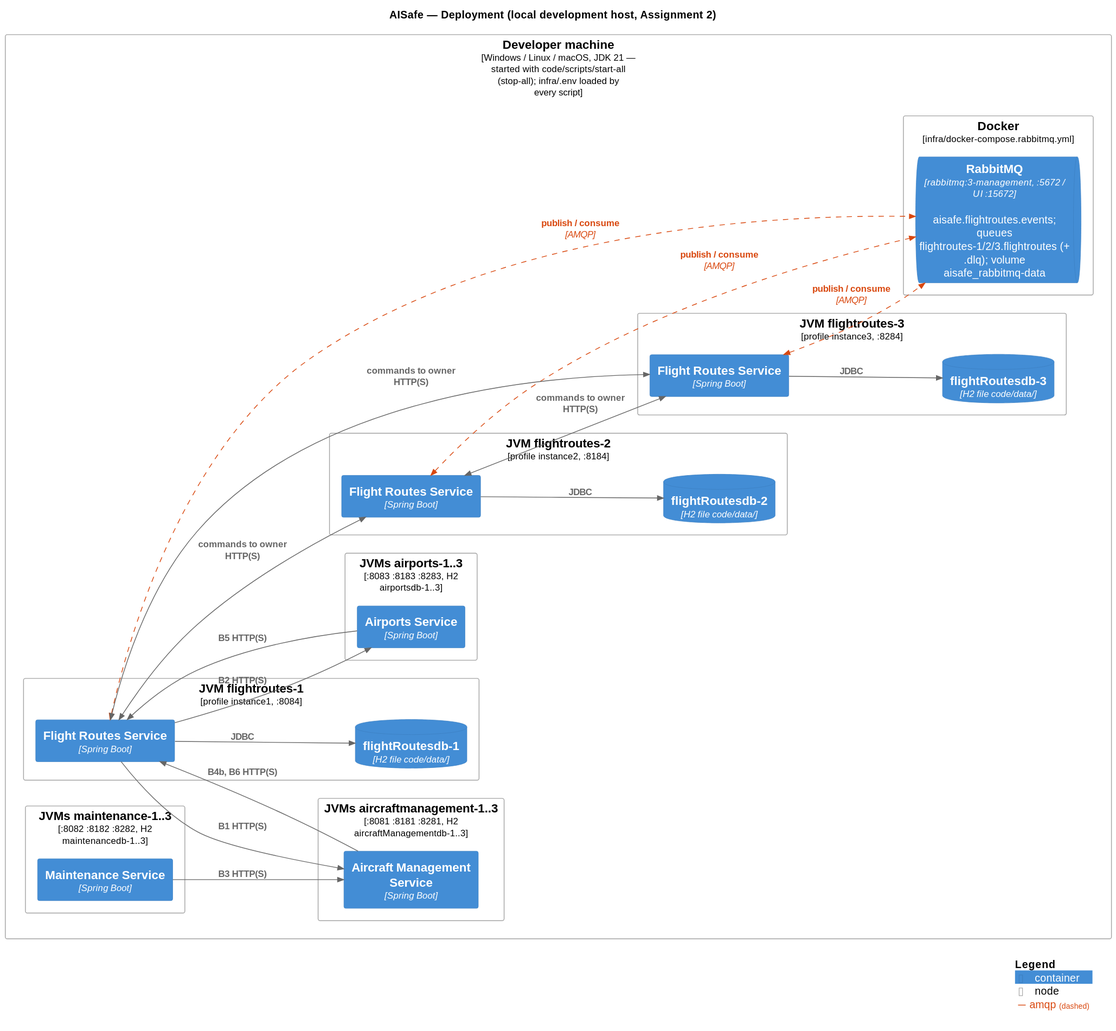
caetanotiago/Project_SIDIS keeps this PlantUML diagram as docs/2-containers/svg/C4-L2-Deployment.svg. Above is the earlier version.
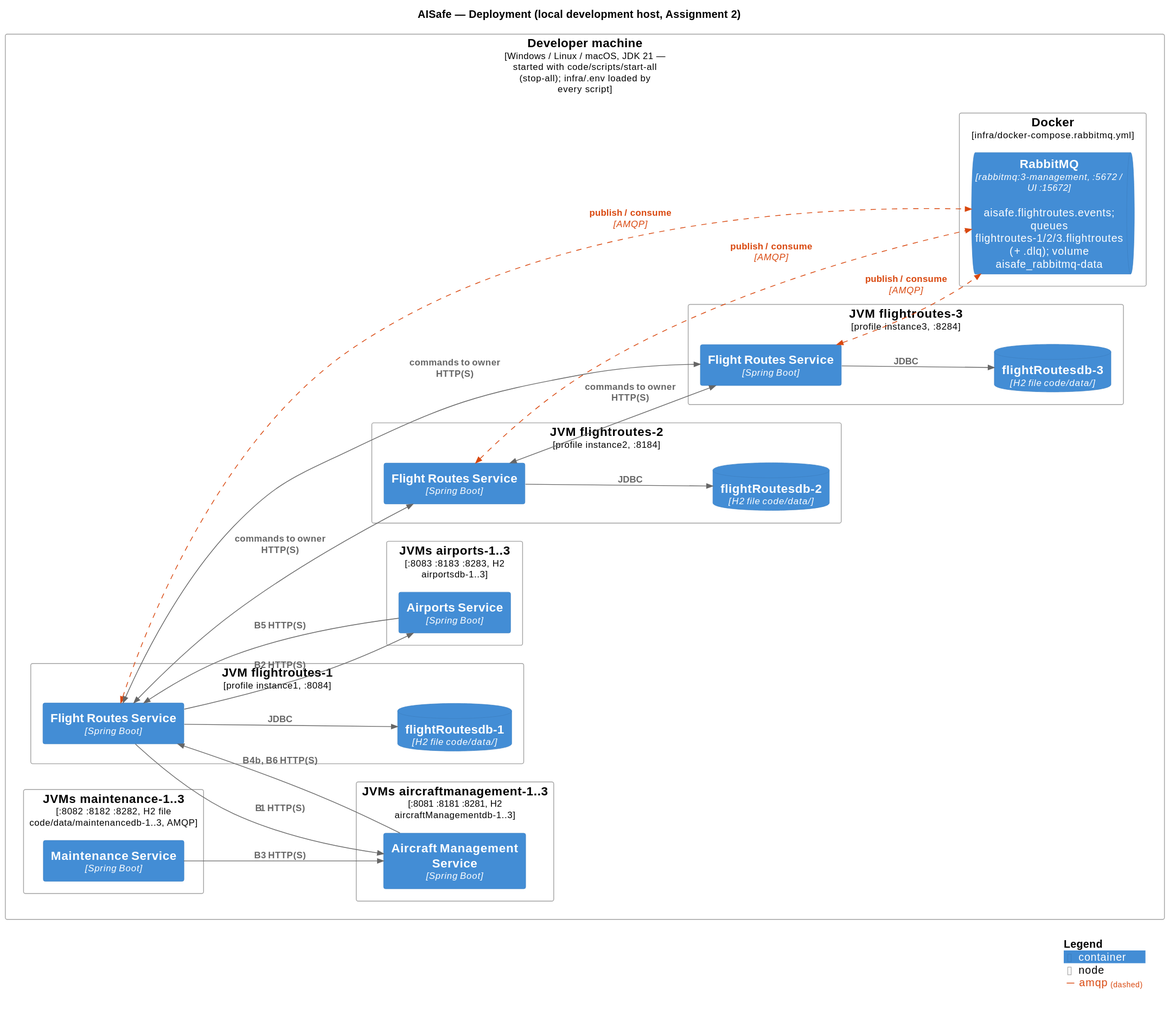
The same file after the commit.

What changed in the source:
```diff
@@ -27,7 +27,7 @@
     Deployment_Node(amn, "JVMs aircraftmanagement-1..3", ":8081 :8181 :8281, H2 aircraftManagementdb-1..3") {
         Container(am, "Aircraft Management Service", "Spring Boot")
     }
-    Deployment_Node(mtn, "JVMs maintenance-1..3", ":8082 :8182 :8282, H2 maintenancedb-1..3") {
+    Deployment_Node(mtn, "JVMs maintenance-1..3", ":8082 :8182 :8282, H2 file code/data/maintenancedb-1..3, AMQP") {
         Container(mt, "Maintenance Service", "Spring Boot")
     }
 }
```
